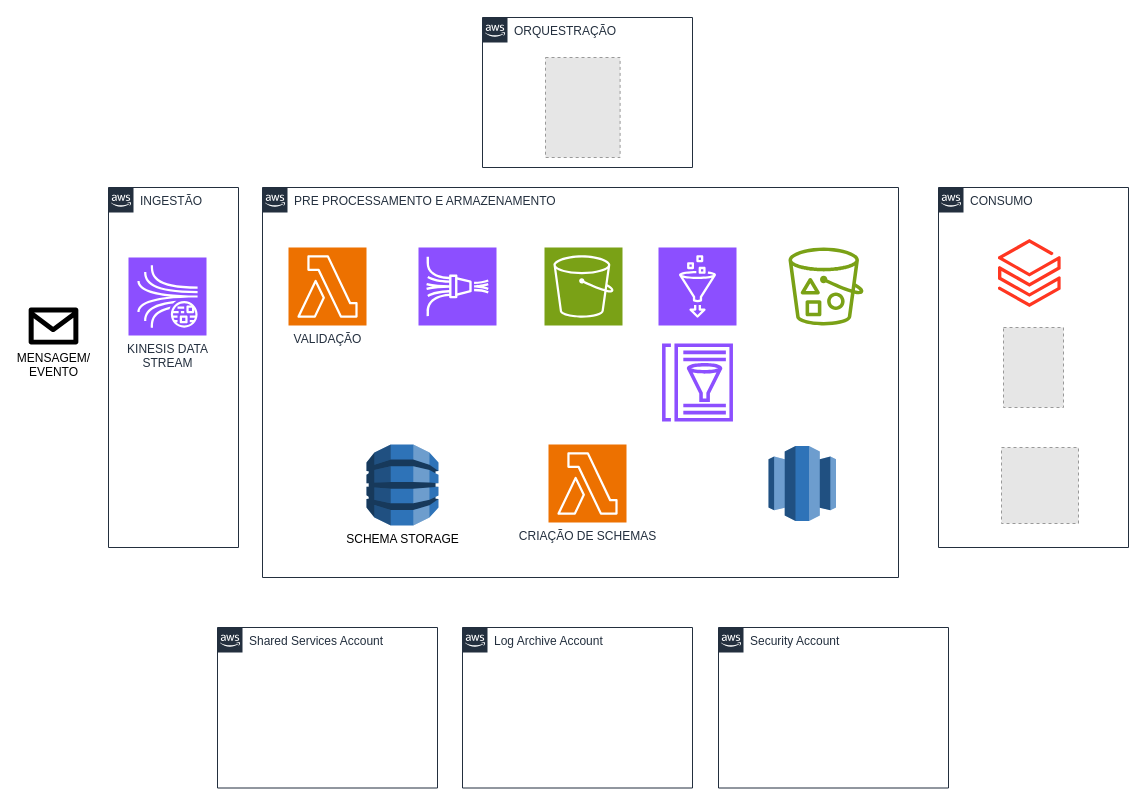
The draw.io diagram Diagrama sem nome.drawio in thagmrs/challengeitau, before the edit. Source tidied: cells renumbered, new cells numbered last; positions are measured from the earlier drawing's top-left corner, leaving out a move shared by most shapes. Both pictures are drawn from the tidied source at 100%, with x=0, y=0 at pixel (28, 17). Pictures stored in the file or linked from it are replaced by grey dashed boxes.
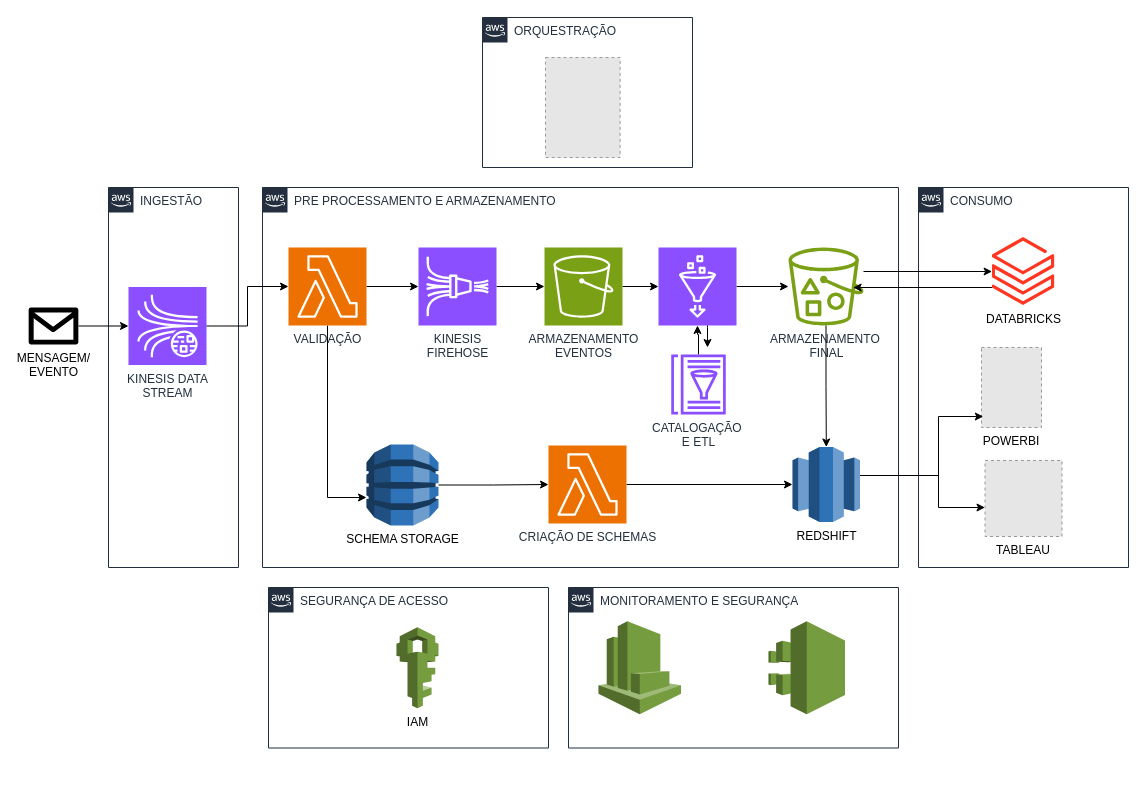
Above is the later version.

The change refers to these unchanged cells:
```xml
<mxCell id="9" value="MENSAGEM/&lt;br&gt;EVENTO" style="sketch=0;shadow=0;dashed=0;html=1;strokeColor=none;labelPosition=center;verticalLabelPosition=bottom;verticalAlign=top;align=center;fillColor=#000000;shape=mxgraph.azure.message2;" parent="1" vertex="1">
  <mxGeometry y="290" width="50" height="37" as="geometry" />
</mxCell>
<mxCell id="11" value="VALIDAÇÃO" style="sketch=0;points=[[0,0,0],[0.25,0,0],[0.5,0,0],[0.75,0,0],[1,0,0],[0,1,0],[0.25,1,0],[0.5,1,0],[0.75,1,0],[1,1,0],[0,0.25,0],[0,0.5,0],[0,0.75,0],[1,0.25,0],[1,0.5,0],[1,0.75,0]];outlineConnect=0;fontColor=#232F3E;fillColor=#ED7100;strokeColor=#ffffff;dashed=0;verticalLabelPosition=bottom;verticalAlign=top;align=center;html=1;fontSize=12;fontStyle=0;shape=mxgraph.aws4.resourceIcon;resIcon=mxgraph.aws4.lambda;" parent="10" vertex="1">
  <mxGeometry x="26" y="60" width="78" height="78" as="geometry" />
</mxCell>
<mxCell id="12" value="SCHEMA STORAGE" style="outlineConnect=0;dashed=0;verticalLabelPosition=bottom;verticalAlign=top;align=center;html=1;shape=mxgraph.aws3.dynamo_db;fillColor=#2E73B8;gradientColor=none;" parent="10" vertex="1">
  <mxGeometry x="104" y="257" width="72" height="81" as="geometry" />
</mxCell>
<mxCell id="15" style="sketch=0;points=[[0,0,0],[0.25,0,0],[0.5,0,0],[0.75,0,0],[1,0,0],[0,1,0],[0.25,1,0],[0.5,1,0],[0.75,1,0],[1,1,0],[0,0.25,0],[0,0.5,0],[0,0.75,0],[1,0.25,0],[1,0.5,0],[1,0.75,0]];outlineConnect=0;fontColor=#232F3E;fillColor=#8C4FFF;strokeColor=#ffffff;dashed=0;verticalLabelPosition=bottom;verticalAlign=top;align=center;html=1;fontSize=12;fontStyle=0;shape=mxgraph.aws4.resourceIcon;resIcon=mxgraph.aws4.glue;" parent="10" vertex="1">
  <mxGeometry x="396" y="60" width="78" height="78" as="geometry" />
</mxCell>
```

What changed in the source:
```diff
@@
-    <mxCell id="2" value="Shared Services Account" style="gradientColor=none;html=1;whiteSpace=wrap;fontSize=12;fontStyle=0;shape=mxgraph.aws4.group;grIcon=mxgraph.aws4.group_aws_cloud_alt;strokeColor=#232F3E;fillColor=none;verticalAlign=top;align=left;spacingLeft=30;fontColor=#232F3E;dashed=0;labelBackgroundColor=#ffffff;" parent="1" vertex="1">
-      <mxGeometry x="189" y="610" width="220" height="160.5" as="geometry" />
+    <mxCell id="2" value="SEGURANÇA DE ACESSO" style="gradientColor=none;html=1;whiteSpace=wrap;fontSize=12;fontStyle=0;shape=mxgraph.aws4.group;grIcon=mxgraph.aws4.group_aws_cloud_alt;strokeColor=#232F3E;fillColor=none;verticalAlign=top;align=left;spacingLeft=30;fontColor=#232F3E;dashed=0;labelBackgroundColor=#ffffff;" parent="1" vertex="1">
+      <mxGeometry x="240" y="570" width="280" height="160.5" as="geometry" />
     </mxCell>
+    <mxCell id="24" value="IAM" style="dashed=0;verticalLabelPosition=bottom;verticalAlign=top;align=center;html=1;shape=mxgraph.aws3.iam;fillColor=#759C3E;gradientColor=none;" parent="2" vertex="1">
+      <mxGeometry x="128" y="39.8" width="42" height="81" as="geometry" />
+    </mxCell>
-    <mxCell id="3" value="Log Archive Account" style="gradientColor=none;html=1;whiteSpace=wrap;fontSize=12;fontStyle=0;shape=mxgraph.aws4.group;grIcon=mxgraph.aws4.group_aws_cloud_alt;strokeColor=#232F3E;fillColor=none;verticalAlign=top;align=left;spacingLeft=30;fontColor=#232F3E;dashed=0;labelBackgroundColor=#ffffff;" parent="1" vertex="1">
-      <mxGeometry x="434" y="610" width="230" height="160.5" as="geometry" />
+    <mxCell id="3" value="MONITORAMENTO E SEGURANÇA" style="gradientColor=none;html=1;whiteSpace=wrap;fontSize=12;fontStyle=0;shape=mxgraph.aws4.group;grIcon=mxgraph.aws4.group_aws_cloud_alt;strokeColor=#232F3E;fillColor=none;verticalAlign=top;align=left;spacingLeft=30;fontColor=#232F3E;dashed=0;labelBackgroundColor=#ffffff;" parent="1" vertex="1">
+      <mxGeometry x="540" y="570" width="330" height="160.5" as="geometry" />
     </mxCell>
-    <mxCell id="4" value="Security Account" style="gradientColor=none;html=1;whiteSpace=wrap;fontSize=12;fontStyle=0;shape=mxgraph.aws4.group;grIcon=mxgraph.aws4.group_aws_cloud_alt;strokeColor=#232F3E;fillColor=none;verticalAlign=top;align=left;spacingLeft=30;fontColor=#232F3E;dashed=0;labelBackgroundColor=#ffffff;" parent="1" vertex="1">
-      <mxGeometry x="690" y="610" width="230" height="160.5" as="geometry" />
-    </mxCell>
+    <mxCell id="25" style="dashed=0;verticalLabelPosition=bottom;verticalAlign=top;align=center;html=1;shape=mxgraph.aws3.cloudwatch;fillColor=#759C3E;gradientColor=none;" parent="3" vertex="1">
+      <mxGeometry x="30" y="33.8" width="82.5" height="93" as="geometry" />
+    </mxCell>
+    <mxCell id="26" style="dashed=0;verticalLabelPosition=bottom;verticalAlign=top;align=center;html=1;shape=mxgraph.aws3.cloudtrail;fillColor=#759C3E;gradientColor=none;" parent="3" vertex="1">
+      <mxGeometry x="200" y="33.8" width="76.5" height="93" as="geometry" />
+    </mxCell>
@@
     <mxCell id="7" value="INGESTÃO" style="gradientColor=none;html=1;whiteSpace=wrap;fontSize=12;fontStyle=0;shape=mxgraph.aws4.group;grIcon=mxgraph.aws4.group_aws_cloud_alt;strokeColor=#232F3E;fillColor=none;verticalAlign=top;align=left;spacingLeft=30;fontColor=#232F3E;dashed=0;labelBackgroundColor=#ffffff;" parent="1" vertex="1">
-      <mxGeometry x="80" y="170" width="130" height="360" as="geometry" />
+      <mxGeometry x="80" y="170" width="130" height="380" as="geometry" />
     </mxCell>
     <mxCell id="8" value="KINESIS DATA&lt;br&gt;STREAM" style="sketch=0;points=[[0,0,0],[0.25,0,0],[0.5,0,0],[0.75,0,0],[1,0,0],[0,1,0],[0.25,1,0],[0.5,1,0],[0.75,1,0],[1,1,0],[0,0.25,0],[0,0.5,0],[0,0.75,0],[1,0.25,0],[1,0.5,0],[1,0.75,0]];outlineConnect=0;fontColor=#232F3E;fillColor=#8C4FFF;strokeColor=#ffffff;dashed=0;verticalLabelPosition=bottom;verticalAlign=top;align=center;html=1;fontSize=12;fontStyle=0;shape=mxgraph.aws4.resourceIcon;resIcon=mxgraph.aws4.kinesis_data_streams;" parent="7" vertex="1">
-      <mxGeometry x="20" y="70" width="78" height="78" as="geometry" />
+      <mxGeometry x="20" y="99.5" width="78" height="78" as="geometry" />
     </mxCell>
+    <mxCell id="27" style="edgeStyle=orthogonalEdgeStyle;rounded=0;jettySize=auto;html=1;" parent="1" edge="1" source="9" target="8">
+      <mxGeometry relative="1" as="geometry" />
+    </mxCell>
@@
     <mxCell id="10" value="PRE PROCESSAMENTO E ARMAZENAMENTO" style="gradientColor=none;html=1;whiteSpace=wrap;fontSize=12;fontStyle=0;shape=mxgraph.aws4.group;grIcon=mxgraph.aws4.group_aws_cloud_alt;strokeColor=#232F3E;fillColor=none;verticalAlign=top;align=left;spacingLeft=30;fontColor=#232F3E;dashed=0;labelBackgroundColor=#ffffff;" parent="1" vertex="1">
-      <mxGeometry x="234" y="170" width="636" height="390" as="geometry" />
+      <mxGeometry x="234" y="170" width="636" height="380" as="geometry" />
     </mxCell>
+    <mxCell id="28" style="edgeStyle=orthogonalEdgeStyle;rounded=0;jettySize=auto;html=1;" parent="10" edge="1" source="11" target="13">
+      <mxGeometry relative="1" as="geometry" />
+    </mxCell>
+    <mxCell id="29" style="edgeStyle=orthogonalEdgeStyle;rounded=0;jettySize=auto;html=1;" parent="10" edge="1" source="11" target="12">
+      <mxGeometry relative="1" as="geometry">
+        <Array as="points">
+          <mxPoint x="65" y="310" />
+        </Array>
+      </mxGeometry>
+    </mxCell>
@@
+    <mxCell id="30" style="edgeStyle=orthogonalEdgeStyle;rounded=0;jettySize=auto;html=1;" parent="10" edge="1" source="12" target="18">
+      <mxGeometry relative="1" as="geometry" />
+    </mxCell>
@@
+    <mxCell id="31" style="edgeStyle=orthogonalEdgeStyle;rounded=0;jettySize=auto;html=1;" parent="10" edge="1" source="13" target="14">
+      <mxGeometry relative="1" as="geometry" />
+    </mxCell>
-    <mxCell id="13" style="sketch=0;points=[[0,0,0],[0.25,0,0],[0.5,0,0],[0.75,0,0],[1,0,0],[0,1,0],[0.25,1,0],[0.5,1,0],[0.75,1,0],[1,1,0],[0,0.25,0],[0,0.5,0],[0,0.75,0],[1,0.25,0],[1,0.5,0],[1,0.75,0]];outlineConnect=0;fontColor=#232F3E;fillColor=#8C4FFF;strokeColor=#ffffff;dashed=0;verticalLabelPosition=bottom;verticalAlign=top;align=center;html=1;fontSize=12;fontStyle=0;shape=mxgraph.aws4.resourceIcon;resIcon=mxgraph.aws4.kinesis_data_firehose;" parent="10" vertex="1">
+    <mxCell id="13" value="KINESIS &lt;br&gt;FIREHOSE" style="sketch=0;points=[[0,0,0],[0.25,0,0],[0.5,0,0],[0.75,0,0],[1,0,0],[0,1,0],[0.25,1,0],[0.5,1,0],[0.75,1,0],[1,1,0],[0,0.25,0],[0,0.5,0],[0,0.75,0],[1,0.25,0],[1,0.5,0],[1,0.75,0]];outlineConnect=0;fontColor=#232F3E;fillColor=#8C4FFF;strokeColor=#ffffff;dashed=0;verticalLabelPosition=bottom;verticalAlign=top;align=center;html=1;fontSize=12;fontStyle=0;shape=mxgraph.aws4.resourceIcon;resIcon=mxgraph.aws4.kinesis_data_firehose;" parent="10" vertex="1">
       <mxGeometry x="156" y="60" width="78" height="78" as="geometry" />
     </mxCell>
+    <mxCell id="32" style="edgeStyle=orthogonalEdgeStyle;rounded=0;jettySize=auto;html=1;" parent="10" edge="1" source="14" target="15">
+      <mxGeometry relative="1" as="geometry" />
+    </mxCell>
-    <mxCell id="14" style="sketch=0;points=[[0,0,0],[0.25,0,0],[0.5,0,0],[0.75,0,0],[1,0,0],[0,1,0],[0.25,1,0],[0.5,1,0],[0.75,1,0],[1,1,0],[0,0.25,0],[0,0.5,0],[0,0.75,0],[1,0.25,0],[1,0.5,0],[1,0.75,0]];outlineConnect=0;fontColor=#232F3E;fillColor=#7AA116;strokeColor=#ffffff;dashed=0;verticalLabelPosition=bottom;verticalAlign=top;align=center;html=1;fontSize=12;fontStyle=0;shape=mxgraph.aws4.resourceIcon;resIcon=mxgraph.aws4.s3;" parent="10" vertex="1">
+    <mxCell id="14" value="ARMAZENAMENTO&lt;br&gt;EVENTOS" style="sketch=0;points=[[0,0,0],[0.25,0,0],[0.5,0,0],[0.75,0,0],[1,0,0],[0,1,0],[0.25,1,0],[0.5,1,0],[0.75,1,0],[1,1,0],[0,0.25,0],[0,0.5,0],[0,0.75,0],[1,0.25,0],[1,0.5,0],[1,0.75,0]];outlineConnect=0;fontColor=#232F3E;fillColor=#7AA116;strokeColor=#ffffff;dashed=0;verticalLabelPosition=bottom;verticalAlign=top;align=center;html=1;fontSize=12;fontStyle=0;shape=mxgraph.aws4.resourceIcon;resIcon=mxgraph.aws4.s3;" parent="10" vertex="1">
       <mxGeometry x="282" y="60" width="78" height="78" as="geometry" />
     </mxCell>
+    <mxCell id="33" style="edgeStyle=orthogonalEdgeStyle;rounded=0;jettySize=auto;html=1;" parent="10" edge="1" source="15" target="17">
+      <mxGeometry relative="1" as="geometry" />
+    </mxCell>
@@
+    <mxCell id="34" style="edgeStyle=orthogonalEdgeStyle;rounded=0;jettySize=auto;html=1;" parent="10" edge="1" source="16" target="15">
+      <mxGeometry relative="1" as="geometry" />
+    </mxCell>
-    <mxCell id="16" style="sketch=0;outlineConnect=0;fontColor=#232F3E;gradientColor=none;fillColor=#8C4FFF;strokeColor=none;dashed=0;verticalLabelPosition=bottom;verticalAlign=top;align=center;html=1;fontSize=12;fontStyle=0;shape=mxgraph.aws4.glue_data_catalog;" parent="10" vertex="1">
-      <mxGeometry x="399" y="156" width="72" height="78" as="geometry" />
+    <mxCell id="16" value="CATALOGAÇÃO&amp;nbsp;&lt;br&gt;E ETL" style="sketch=0;outlineConnect=0;fontColor=#232F3E;gradientColor=none;fillColor=#8C4FFF;strokeColor=none;dashed=0;verticalLabelPosition=bottom;verticalAlign=top;align=center;html=1;fontSize=12;fontStyle=0;shape=mxgraph.aws4.glue_data_catalog;" parent="10" vertex="1">
+      <mxGeometry x="408.3" y="167" width="55.4" height="60" as="geometry" />
     </mxCell>
-    <mxCell id="17" style="sketch=0;outlineConnect=0;fontColor=#232F3E;gradientColor=none;fillColor=#7AA116;strokeColor=none;dashed=0;verticalLabelPosition=bottom;verticalAlign=top;align=center;html=1;fontSize=12;fontStyle=0;shape=mxgraph.aws4.bucket_with_objects;" parent="10" vertex="1">
+    <mxCell id="17" value="ARMAZENAMENTO&amp;nbsp;&lt;br&gt;FINAL" style="sketch=0;outlineConnect=0;fontColor=#232F3E;gradientColor=none;fillColor=#7AA116;strokeColor=none;dashed=0;verticalLabelPosition=bottom;verticalAlign=top;align=center;html=1;fontSize=12;fontStyle=0;shape=mxgraph.aws4.bucket_with_objects;" parent="10" vertex="1">
       <mxGeometry x="526" y="60" width="75" height="78" as="geometry" />
     </mxCell>
+    <mxCell id="35" style="edgeStyle=orthogonalEdgeStyle;rounded=0;jettySize=auto;html=1;" parent="10" edge="1" source="18" target="19">
+      <mxGeometry relative="1" as="geometry" />
+    </mxCell>
     <mxCell id="18" value="CRIAÇÃO DE SCHEMAS" style="sketch=0;points=[[0,0,0],[0.25,0,0],[0.5,0,0],[0.75,0,0],[1,0,0],[0,1,0],[0.25,1,0],[0.5,1,0],[0.75,1,0],[1,1,0],[0,0.25,0],[0,0.5,0],[0,0.75,0],[1,0.25,0],[1,0.5,0],[1,0.75,0]];outlineConnect=0;fontColor=#232F3E;fillColor=#ED7100;strokeColor=#ffffff;dashed=0;verticalLabelPosition=bottom;verticalAlign=top;align=center;html=1;fontSize=12;fontStyle=0;shape=mxgraph.aws4.resourceIcon;resIcon=mxgraph.aws4.lambda;" parent="10" vertex="1">
-      <mxGeometry x="286" y="257" width="78" height="78" as="geometry" />
+      <mxGeometry x="286" y="258" width="78" height="78" as="geometry" />
     </mxCell>
-    <mxCell id="19" style="outlineConnect=0;dashed=0;verticalLabelPosition=bottom;verticalAlign=top;align=center;html=1;shape=mxgraph.aws3.redshift;fillColor=#2E73B8;gradientColor=none;" parent="10" vertex="1">
-      <mxGeometry x="506" y="258.5" width="67.5" height="75" as="geometry" />
+    <mxCell id="19" value="REDSHIFT" style="outlineConnect=0;dashed=0;verticalLabelPosition=bottom;verticalAlign=top;align=center;html=1;shape=mxgraph.aws3.redshift;fillColor=#2E73B8;gradientColor=none;" parent="10" vertex="1">
+      <mxGeometry x="530" y="259.5" width="67.5" height="75" as="geometry" />
     </mxCell>
+    <mxCell id="36" style="edgeStyle=orthogonalEdgeStyle;rounded=0;orthogonalLoop=1;jettySize=auto;html=1;" parent="10" edge="1">
+      <mxGeometry relative="1" as="geometry">
+        <mxPoint x="445" y="138" as="sourcePoint" />
+        <mxPoint x="445" y="160" as="targetPoint" />
+        <Array as="points">
+          <mxPoint x="445" y="140" />
+          <mxPoint x="445" y="140" />
+        </Array>
+      </mxGeometry>
+    </mxCell>
+    <mxCell id="37" style="edgeStyle=orthogonalEdgeStyle;rounded=0;jettySize=auto;html=1;" parent="10" edge="1" source="17" target="19">
+      <mxGeometry relative="1" as="geometry" />
+    </mxCell>
     <mxCell id="20" value="CONSUMO" style="gradientColor=none;html=1;whiteSpace=wrap;fontSize=12;fontStyle=0;shape=mxgraph.aws4.group;grIcon=mxgraph.aws4.group_aws_cloud_alt;strokeColor=#232F3E;fillColor=none;verticalAlign=top;align=left;spacingLeft=30;fontColor=#232F3E;dashed=0;labelBackgroundColor=#ffffff;" parent="1" vertex="1">
-      <mxGeometry x="910" y="170" width="190" height="360" as="geometry" />
+      <mxGeometry x="890" y="170" width="210" height="380" as="geometry" />
     </mxCell>
-    <mxCell id="21" style="image;html=1;points=[];align=center;fontSize=12;image=img/lib/azure2/analytics/Azure_Databricks.svg;" parent="20" vertex="1">
-      <mxGeometry x="60" y="52" width="62.8" height="68" as="geometry" />
+    <mxCell id="21" value="DATABRICKS" style="image;html=1;points=[];align=center;fontSize=12;image=img/lib/azure2/analytics/Azure_Databricks.svg;" parent="20" vertex="1">
+      <mxGeometry x="73.6" y="50" width="62.8" height="68" as="geometry" />
     </mxCell>
-    <mxCell id="22" style="fillColor=#E6E6E6;strokeColor=#999999;dashed=1;verticalLabelPosition=bottom;verticalAlign=top;" parent="20" vertex="1">
-      <mxGeometry x="65" y="140" width="60" height="80" as="geometry" />
+    <mxCell id="22" value="POWERBI" style="fillColor=#E6E6E6;strokeColor=#999999;dashed=1;verticalLabelPosition=bottom;verticalAlign=top;" parent="20" vertex="1">
+      <mxGeometry x="63" y="160" width="60" height="80" as="geometry" />
     </mxCell>
-    <mxCell id="23" style="fillColor=#E6E6E6;strokeColor=#999999;dashed=1;verticalLabelPosition=bottom;labelBackgroundColor=default;verticalAlign=top;" parent="20" vertex="1">
-      <mxGeometry x="63" y="260" width="77" height="76" as="geometry" />
+    <mxCell id="23" value="TABLEAU" style="fillColor=#E6E6E6;strokeColor=#999999;dashed=1;verticalLabelPosition=bottom;labelBackgroundColor=default;verticalAlign=top;" parent="20" vertex="1">
+      <mxGeometry x="66.5" y="273" width="77" height="76" as="geometry" />
     </mxCell>
+    <mxCell id="38" style="edgeStyle=orthogonalEdgeStyle;rounded=0;orthogonalLoop=1;jettySize=auto;html=1;" parent="20" edge="1">
+      <mxGeometry relative="1" as="geometry">
+        <mxPoint x="73.6" y="100" as="sourcePoint" />
+        <mxPoint x="-65.4" y="100" as="targetPoint" />
+      </mxGeometry>
+    </mxCell>
+    <mxCell id="39" style="edgeStyle=orthogonalEdgeStyle;rounded=0;jettySize=auto;html=1;" parent="1" edge="1" source="8" target="11">
+      <mxGeometry relative="1" as="geometry" />
+    </mxCell>
+    <mxCell id="40" style="edgeStyle=orthogonalEdgeStyle;rounded=0;jettySize=auto;html=1;" parent="1" edge="1" source="17" target="21">
+      <mxGeometry relative="1" as="geometry">
+        <Array as="points">
+          <mxPoint x="870" y="254" />
+          <mxPoint x="870" y="254" />
+        </Array>
+      </mxGeometry>
+    </mxCell>
+    <mxCell id="41" style="edgeStyle=orthogonalEdgeStyle;rounded=0;jettySize=auto;html=1;" parent="1" edge="1" target="23">
+      <mxGeometry relative="1" as="geometry">
+        <mxPoint x="910" y="450" as="sourcePoint" />
+        <Array as="points">
+          <mxPoint x="910" y="490" />
+        </Array>
+      </mxGeometry>
+    </mxCell>
+    <mxCell id="42" style="edgeStyle=orthogonalEdgeStyle;rounded=0;jettySize=auto;html=1;entryX=0.03;entryY=0.863;entryDx=0;entryDy=0;entryPerimeter=0;" parent="1" edge="1" source="19" target="22">
+      <mxGeometry relative="1" as="geometry">
+        <Array as="points">
+          <mxPoint x="910" y="458" />
+          <mxPoint x="910" y="399" />
+        </Array>
+      </mxGeometry>
+    </mxCell>
```
